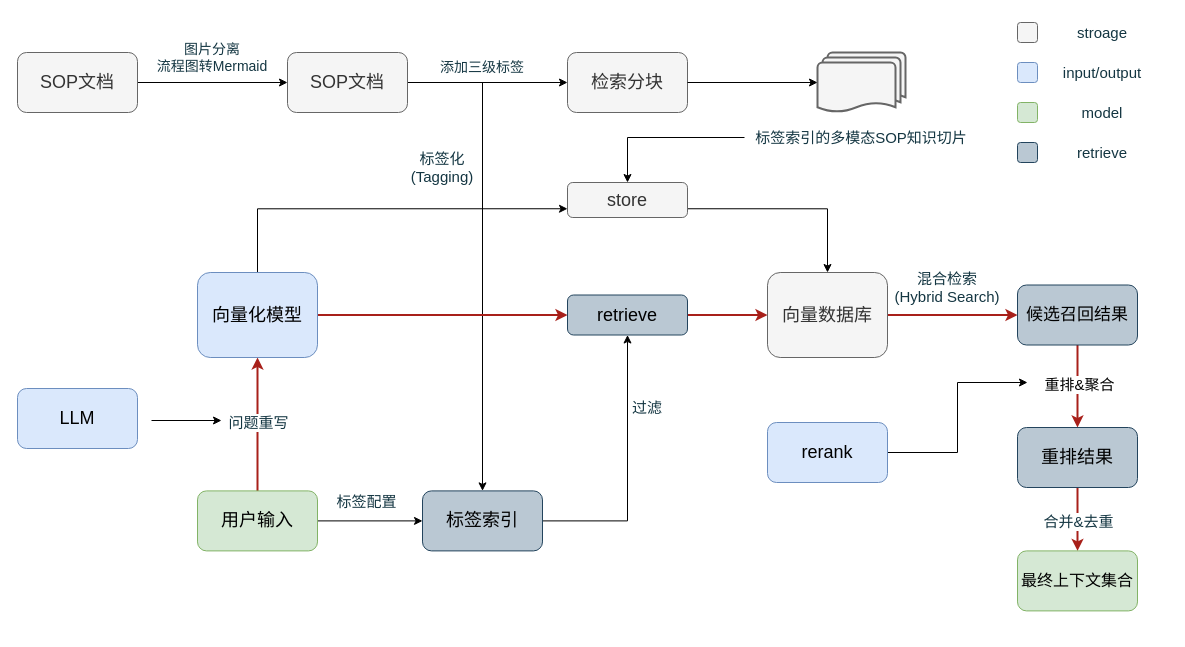
This is 知识库流程.drawio from Kinokinou/GitShare, a draw.io file, before an edit. Source tidied: cells renumbered, new cells numbered last; positions are measured from the earlier drawing's top-left corner, leaving out a move shared by most shapes. Both pictures are drawn from the tidied source at 100%, with x=0, y=0 at pixel (17, 17).
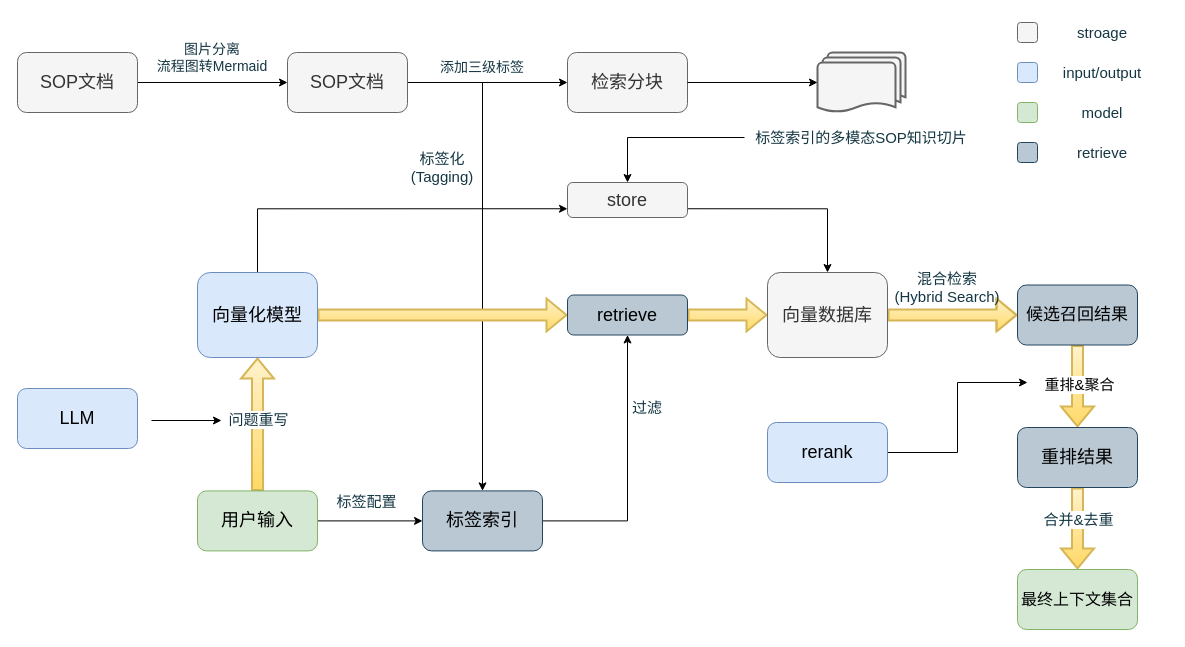
The same page after the edit.

Commit message:
更新知识库流程.drawio

The change refers to these unchanged cells:
```xml
<mxCell id="14" value="用户输入" style="rounded=1;whiteSpace=wrap;html=1;strokeColor=#82b366;fillColor=#d5e8d4;fontSize=18;strokeWidth=1;perimeterSpacing=0;" parent="1" vertex="1">
  <mxGeometry x="180" y="473.4" width="120" height="60" as="geometry" />
</mxCell>
<mxCell id="17" value="向量化模型" style="rounded=1;whiteSpace=wrap;html=1;strokeColor=#6c8ebf;fillColor=#dae8fc;fontSize=18;strokeWidth=1;perimeterSpacing=0;" parent="1" vertex="1">
  <mxGeometry x="180" y="255" width="120" height="85" as="geometry" />
</mxCell>
<mxCell id="29" value="retrieve" style="rounded=1;whiteSpace=wrap;html=1;strokeColor=#23445d;fillColor=#bac8d3;fontSize=18;strokeWidth=1;perimeterSpacing=0;" parent="1" vertex="1">
  <mxGeometry x="550" y="277.5" width="120" height="40" as="geometry" />
</mxCell>
<mxCell id="31" value="向量数据库" style="rounded=1;whiteSpace=wrap;html=1;fontSize=18;fillColor=#f5f5f5;fontColor=#333333;strokeColor=#666666;strokeWidth=1;perimeterSpacing=0;" parent="1" vertex="1">
  <mxGeometry x="750" y="255" width="120" height="85" as="geometry" />
</mxCell>
<mxCell id="36" value="候选召回结果" style="rounded=1;whiteSpace=wrap;html=1;strokeColor=#23445d;fillColor=#bac8d3;fontSize=17;strokeWidth=1;perimeterSpacing=0;" parent="1" vertex="1">
  <mxGeometry x="1000" y="267.5" width="120" height="60" as="geometry" />
</mxCell>
<mxCell id="42" value="重排结果" style="rounded=1;whiteSpace=wrap;html=1;strokeColor=#23445d;fillColor=#bac8d3;fontSize=18;strokeWidth=1;" parent="1" vertex="1">
  <mxGeometry x="1000" y="410" width="120" height="60" as="geometry" />
</mxCell>
```

What changed in the source:
```diff
@@
-    <mxCell id="10" style="edgeStyle=orthogonalEdgeStyle;rounded=0;jettySize=auto;html=1;exitX=0.5;exitY=0;exitDx=0;exitDy=0;entryX=0.5;entryY=1;entryDx=0;entryDy=0;strokeColor=#A8201A;fontColor=#143642;fillColor=#FAE5C7;strokeWidth=2;" parent="1" edge="1" source="14" target="17">
-      <mxGeometry relative="1" as="geometry">
-        <Array as="points">
-          <mxPoint x="240" y="495" />
-          <mxPoint x="240" y="495" />
-        </Array>
-      </mxGeometry>
+    <mxCell id="10" style="edgeStyle=orthogonalEdgeStyle;rounded=0;jettySize=auto;html=1;exitX=0.5;exitY=0;exitDx=0;exitDy=0;strokeColor=#d6b656;fontColor=#143642;fillColor=#fff2cc;strokeWidth=2;shape=flexArrow;gradientColor=#ffd966;entryX=0.5;entryY=1;entryDx=0;entryDy=0;" parent="1" edge="1" source="14" target="17">
+      <mxGeometry relative="1" as="geometry" />
     </mxCell>
     <mxCell id="11" value="问题重写" style="edgeLabel;html=1;align=center;verticalAlign=middle;strokeColor=#0F8B8D;fontColor=#143642;fillColor=#FAE5C7;fontSize=15;" parent="10" vertex="1">
       <mxGeometry x="-0.08" relative="1" as="geometry">
-        <mxPoint y="-31" as="offset" />
+        <mxPoint y="-11" as="offset" />
       </mxGeometry>
     </mxCell>
@@
-    <mxCell id="16" style="edgeStyle=orthogonalEdgeStyle;rounded=0;jettySize=auto;html=1;exitX=1;exitY=0.5;exitDx=0;exitDy=0;entryX=0;entryY=0.5;entryDx=0;entryDy=0;strokeWidth=2;strokeColor=#A8201A;" parent="1" edge="1" source="17" target="29">
+    <mxCell id="16" style="edgeStyle=orthogonalEdgeStyle;rounded=0;jettySize=auto;html=1;exitX=1;exitY=0.5;exitDx=0;exitDy=0;entryX=0;entryY=0.5;entryDx=0;entryDy=0;strokeWidth=2;strokeColor=#d6b656;shape=flexArrow;fillColor=#fff2cc;gradientColor=#ffd966;" parent="1" edge="1" source="17" target="29">
       <mxGeometry relative="1" as="geometry" />
     </mxCell>
@@
-    <mxCell id="28" style="edgeStyle=orthogonalEdgeStyle;rounded=0;jettySize=auto;html=1;exitX=1;exitY=0.5;exitDx=0;exitDy=0;entryX=0;entryY=0.5;entryDx=0;entryDy=0;strokeColor=#A8201A;fontColor=#143642;fillColor=#FAE5C7;strokeWidth=2;" parent="1" edge="1" source="29" target="31">
+    <mxCell id="28" style="edgeStyle=orthogonalEdgeStyle;rounded=0;jettySize=auto;html=1;exitX=1;exitY=0.5;exitDx=0;exitDy=0;entryX=0;entryY=0.5;entryDx=0;entryDy=0;strokeColor=#d6b656;fontColor=#143642;fillColor=#fff2cc;strokeWidth=2;shape=flexArrow;gradientColor=#ffd966;" parent="1" edge="1" source="29" target="31">
       <mxGeometry relative="1" as="geometry" />
     </mxCell>
@@
-    <mxCell id="30" style="edgeStyle=orthogonalEdgeStyle;rounded=0;jettySize=auto;html=1;exitX=1;exitY=0.5;exitDx=0;exitDy=0;entryX=0;entryY=0.5;entryDx=0;entryDy=0;strokeColor=#A8201A;fontColor=#143642;fillColor=#FAE5C7;strokeWidth=2;" parent="1" edge="1" source="31" target="36">
+    <mxCell id="30" style="edgeStyle=orthogonalEdgeStyle;rounded=0;jettySize=auto;html=1;exitX=1;exitY=0.5;exitDx=0;exitDy=0;entryX=0;entryY=0.5;entryDx=0;entryDy=0;strokeColor=#d6b656;fontColor=#143642;fillColor=#fff2cc;strokeWidth=2;shape=flexArrow;gradientColor=#ffd966;" parent="1" edge="1" source="31" target="36">
       <mxGeometry relative="1" as="geometry">
         <Array as="points">
           <mxPoint x="930" y="297" />
           <mxPoint x="930" y="297" />
         </Array>
       </mxGeometry>
     </mxCell>
@@
-    <mxCell id="32" style="edgeStyle=orthogonalEdgeStyle;rounded=0;jettySize=auto;html=1;exitX=0.5;exitY=1;exitDx=0;exitDy=0;entryX=0.5;entryY=0;entryDx=0;entryDy=0;strokeWidth=2;strokeColor=#A8201A;" parent="1" edge="1" source="36" target="42">
+    <mxCell id="32" style="edgeStyle=orthogonalEdgeStyle;rounded=0;jettySize=auto;html=1;exitX=0.5;exitY=1;exitDx=0;exitDy=0;entryX=0.5;entryY=0;entryDx=0;entryDy=0;strokeWidth=2;strokeColor=#d6b656;shape=flexArrow;fillColor=#fff2cc;gradientColor=#ffd966;" parent="1" edge="1" source="36" target="42">
       <mxGeometry relative="1" as="geometry" />
     </mxCell>
@@
-    <mxCell id="40" style="edgeStyle=orthogonalEdgeStyle;rounded=0;jettySize=auto;html=1;exitX=0.5;exitY=1;exitDx=0;exitDy=0;entryX=0.5;entryY=0;entryDx=0;entryDy=0;strokeColor=#A8201A;fontColor=#143642;fillColor=#FAE5C7;strokeWidth=2;" parent="1" edge="1" source="42" target="44">
+    <mxCell id="40" style="edgeStyle=orthogonalEdgeStyle;rounded=0;jettySize=auto;html=1;exitX=0.5;exitY=1;exitDx=0;exitDy=0;entryX=0.5;entryY=0;entryDx=0;entryDy=0;strokeColor=#d6b656;fontColor=#143642;fillColor=#fff2cc;strokeWidth=2;shape=flexArrow;gradientColor=#ffd966;" parent="1" edge="1" source="42" target="44">
       <mxGeometry relative="1" as="geometry" />
     </mxCell>
     <mxCell id="41" value="合并&amp;amp;去重" style="edgeLabel;html=1;align=center;verticalAlign=middle;strokeColor=#0F8B8D;fontColor=#143642;fillColor=#FAE5C7;fontSize=15;" parent="40" vertex="1">
       <mxGeometry x="-0.07" y="1" relative="1" as="geometry">
-        <mxPoint x="-1" y="4" as="offset" />
+        <mxPoint x="-1" y="-7" as="offset" />
       </mxGeometry>
     </mxCell>
@@
     <mxCell id="44" value="最终上下文集合" style="rounded=1;whiteSpace=wrap;html=1;strokeColor=#82b366;fillColor=#d5e8d4;fontSize=16;strokeWidth=1;" parent="1" vertex="1">
-      <mxGeometry x="1000" y="533.4" width="120" height="60" as="geometry" />
+      <mxGeometry x="1000" y="552" width="120" height="60" as="geometry" />
     </mxCell>
```
